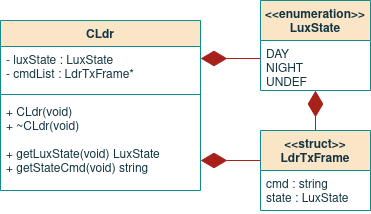
Earlier version of the draw.io export report/images/09sw_specification/LS/cldr/class.png (ESRGgroup9/slipad). Source tidied: cells renumbered, new cells last; positions are measured from the earlier drawing's top-left corner, leaving out a move shared by most shapes.
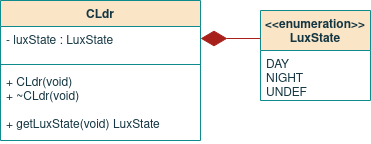
After the change.

What changed in the source:
```diff
@@ -3,43 +3,28 @@
     <mxCell id="0" />
     <mxCell id="1" parent="0" />
     <mxCell id="2" value="CLdr" style="swimlane;fontStyle=1;align=center;verticalAlign=top;horizontal=1;startSize=26;fillColor=#FAE5C7;strokeColor=#0F8B8D;fontColor=#143642;" parent="1" vertex="1">
-      <mxGeometry y="20" width="200" height="170" as="geometry" />
+      <mxGeometry y="20" width="200" height="140" as="geometry" />
     </mxCell>
-    <mxCell id="3" value="- luxState : LuxState&#10;- cmdList : LdrTxFrame*&#10; " style="text;strokeColor=none;fillColor=none;align=left;verticalAlign=top;spacingLeft=4;spacingRight=4;overflow=hidden;fontColor=#143642;" parent="2" vertex="1">
-      <mxGeometry y="26" width="200" height="44" as="geometry" />
+    <mxCell id="3" value="- luxState : LuxState&#10;&#10; " style="text;strokeColor=none;fillColor=none;align=left;verticalAlign=top;spacingLeft=4;spacingRight=4;overflow=hidden;fontColor=#143642;" parent="2" vertex="1">
+      <mxGeometry y="26" width="200" height="34" as="geometry" />
     </mxCell>
     <mxCell id="4" style="line;strokeWidth=1;fillColor=none;align=left;verticalAlign=middle;spacingTop=-1;spacingLeft=3;spacingRight=3;labelPosition=right;labelBackgroundColor=#DAD2D8;strokeColor=#0F8B8D;fontColor=#143642;" parent="2" vertex="1">
-      <mxGeometry y="70" width="200" height="8" as="geometry" />
+      <mxGeometry y="60" width="200" height="8" as="geometry" />
     </mxCell>
-    <mxCell id="5" value="+ CLdr(void)&#10;+ ~CLdr(void)&#10;&#10;+ getLuxState(void) LuxState&#10;+ getStateCmd(void) string&#10;&#10;&#10;&#10;" style="text;strokeColor=none;fillColor=none;align=left;verticalAlign=top;spacingLeft=4;spacingRight=4;overflow=hidden;fontColor=#143642;spacing=2;fontStyle=0;" parent="2" vertex="1">
-      <mxGeometry y="78" width="200" height="92" as="geometry" />
+    <mxCell id="5" value="+ CLdr(void)&#10;+ ~CLdr(void)&#10;&#10;+ getLuxState(void) LuxState&#10;&#10;&#10;&#10;" style="text;strokeColor=none;fillColor=none;align=left;verticalAlign=top;spacingLeft=4;spacingRight=4;overflow=hidden;fontColor=#143642;spacing=2;fontStyle=0;" parent="2" vertex="1">
+      <mxGeometry y="68" width="200" height="72" as="geometry" />
     </mxCell>
     <mxCell id="6" value="&lt;&lt;enumeration&gt;&gt;&#10;LuxState&#10;" style="swimlane;fontStyle=1;align=center;verticalAlign=top;horizontal=1;startSize=40;fillColor=#FAE5C7;strokeColor=#0F8B8D;fontColor=#143642;" parent="1" vertex="1">
-      <mxGeometry x="260" width="110" height="90" as="geometry" />
+      <mxGeometry x="260" y="30" width="110" height="90" as="geometry" />
     </mxCell>
     <mxCell id="7" value="DAY&#10;NIGHT&#10;UNDEF&#10;&#10;" style="text;strokeColor=none;fillColor=none;align=left;verticalAlign=top;spacingLeft=4;spacingRight=4;overflow=hidden;points=[[0,0.5],[1,0.5]];portConstraint=eastwest;fontColor=#143642;" parent="6" vertex="1">
       <mxGeometry y="40" width="110" height="50" as="geometry" />
     </mxCell>
-    <mxCell id="8" value="&lt;&lt;struct&gt;&gt;&#10;LdrTxFrame&#10;" style="swimlane;fontStyle=1;align=center;verticalAlign=top;horizontal=1;startSize=40;fillColor=#FAE5C7;strokeColor=#0F8B8D;fontColor=#143642;" parent="1" vertex="1">
-      <mxGeometry x="260" y="130" width="110" height="80" as="geometry" />
-    </mxCell>
-    <mxCell id="9" value="cmd : string&#10;state : LuxState &#10;" style="text;strokeColor=none;fillColor=none;align=left;verticalAlign=top;spacingLeft=4;spacingRight=4;overflow=hidden;fontColor=#143642;" parent="8" vertex="1">
-      <mxGeometry y="40" width="110" height="40" as="geometry" />
-    </mxCell>
     <mxCell id="10" style="endArrow=diamondThin;endFill=1;endSize=24;html=1;rounded=0;sketch=0;fontColor=#143642;strokeColor=#A8201A;fillColor=#FAE5C7;" parent="1" edge="1">
       <mxGeometry relative="1" as="geometry">
         <mxPoint x="260" y="58" as="sourcePoint" />
         <mxPoint x="200" y="58" as="targetPoint" />
       </mxGeometry>
     </mxCell>
-    <mxCell id="11" style="endArrow=diamondThin;endFill=1;endSize=24;html=1;rounded=0;sketch=0;fontColor=#143642;strokeColor=#A8201A;fillColor=#FAE5C7;exitX=0.5;exitY=0;exitDx=0;exitDy=0;" parent="1" edge="1" source="8" target="7">
-      <mxGeometry relative="1" as="geometry" />
-    </mxCell>
-    <mxCell id="12" style="endArrow=diamondThin;endFill=1;endSize=24;html=1;rounded=0;sketch=0;fontColor=#143642;strokeColor=#A8201A;fillColor=#FAE5C7;" parent="1" edge="1">
-      <mxGeometry relative="1" as="geometry">
-        <mxPoint x="260" y="160" as="sourcePoint" />
-        <mxPoint x="200" y="160" as="targetPoint" />
-      </mxGeometry>
-    </mxCell>
   </root>
 </mxGraphModel>
```
